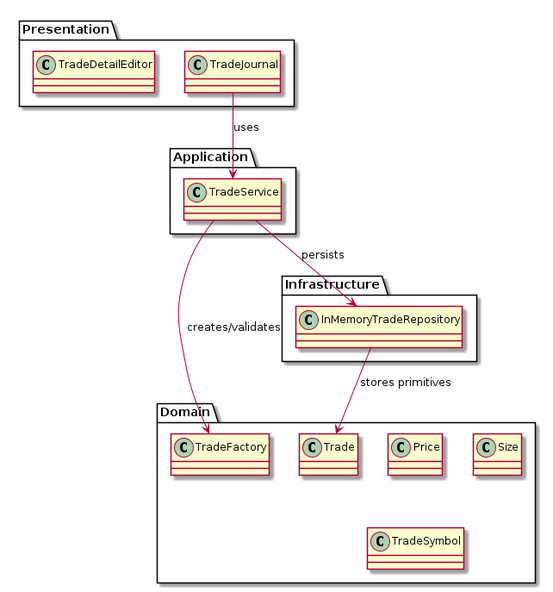
The PlantUML diagram docs/diagrams/components.png in monkey-trader/traders-mirror, before a commit. Its source is kept beside it as docs/diagrams/components.puml. The source it was exported from:
```plantuml
@startuml
package Domain {
  class TradeFactory
  class Trade
  class Price
  class Size
  class TradeSymbol
}
package Application {
  class TradeService
}
package Infrastructure {
  class InMemoryTradeRepository
}
package Presentation {
  class TradeJournal
  class TradeDetailEditor
}

TradeJournal --> TradeService : uses
TradeService --> TradeFactory : creates/validates
TradeService --> InMemoryTradeRepository : persists
InMemoryTradeRepository --> Trade : stores primitives

@enduml
```
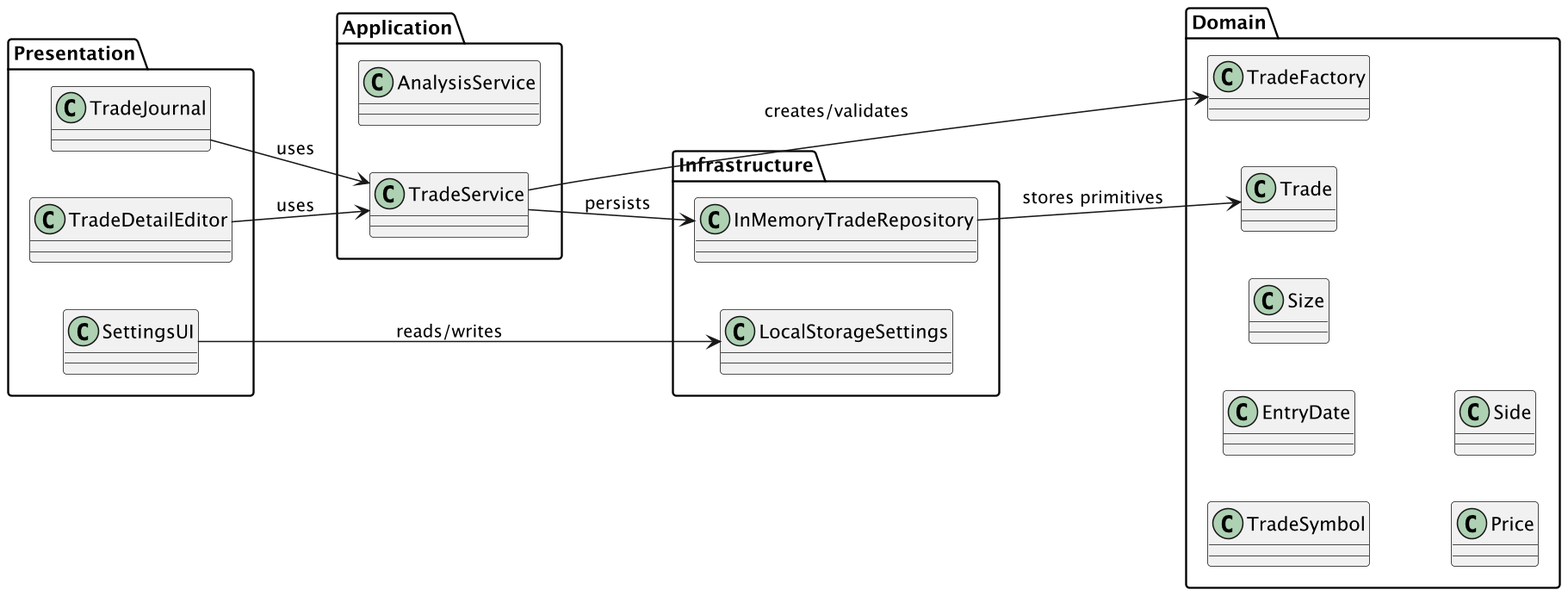
The same file after the commit.

The edit, as a diff of the source:
```diff
@@ -1,23 +1,37 @@
 @startuml
+left to right direction
+skinparam dpi 150
+skinparam shadowing false
+
 package Domain {
   class TradeFactory
   class Trade
+  class TradeSymbol
+  class EntryDate
+  class Size
   class Price
-  class Size
-  class TradeSymbol
+  class Side
 }
+
 package Application {
   class TradeService
+  class AnalysisService
 }
+
 package Infrastructure {
   class InMemoryTradeRepository
+  class LocalStorageSettings
 }
+
 package Presentation {
   class TradeJournal
   class TradeDetailEditor
+  class SettingsUI
 }
 
 TradeJournal --> TradeService : uses
+TradeDetailEditor --> TradeService : uses
+SettingsUI --> LocalStorageSettings : reads/writes
 TradeService --> TradeFactory : creates/validates
 TradeService --> InMemoryTradeRepository : persists
 InMemoryTradeRepository --> Trade : stores primitives
```
